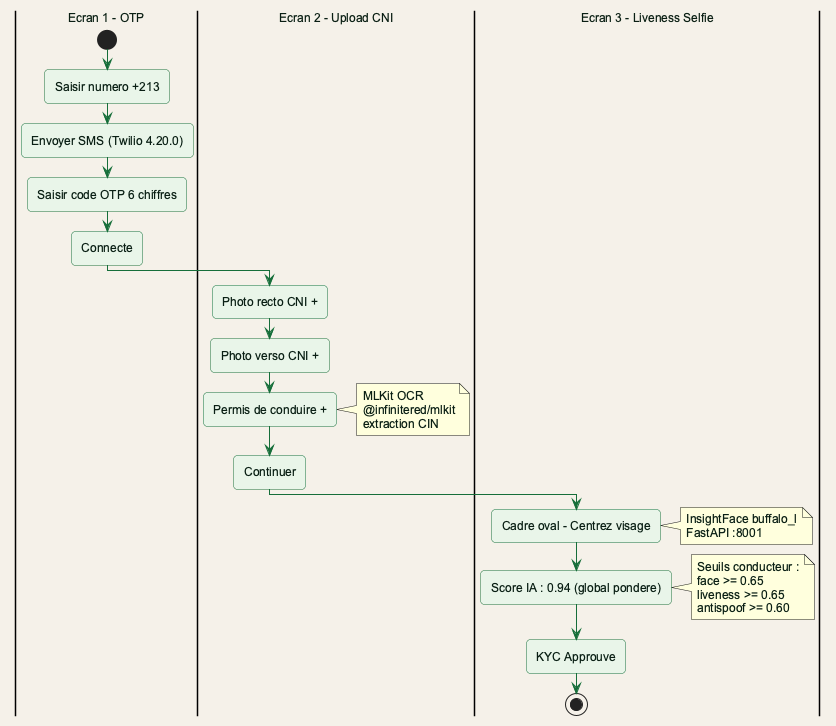
This is plantuml/output/fig3_2_kyc_mobile.png from Belhormamohamed13/Memiore_RohWinBghit, a PlantUML export, as it was before one commit.
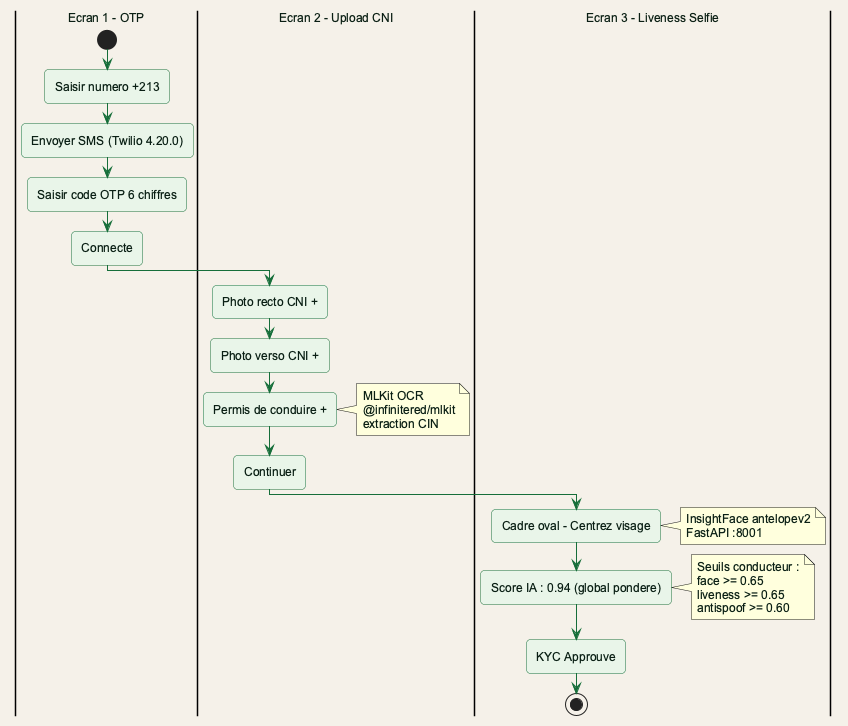
The same file after the commit.

Change to the diagram source:
```diff
@@ -17,7 +17,7 @@
 
 |Ecran 3 - Liveness Selfie|
 :Cadre oval - Centrez visage;
-note right : InsightFace buffalo_l\nFastAPI :8001
+note right : InsightFace antelopev2\nFastAPI :8001
 :Score IA : 0.94 (global pondere);
 note right : Seuils conducteur :\nface >= 0.65\nliveness >= 0.65\nantispoof >= 0.60
 :KYC Approuve;
```
